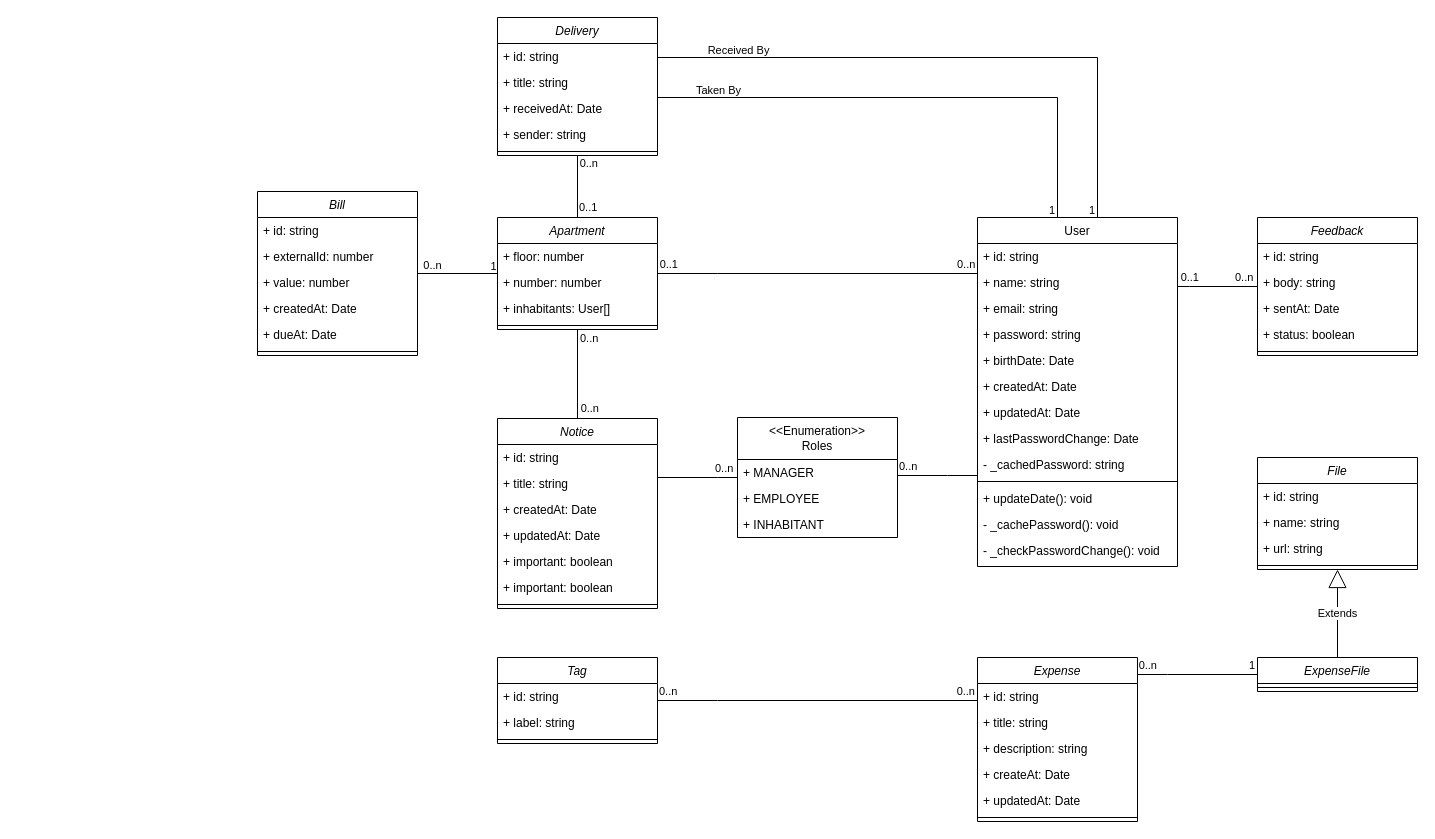
Before: Artefatos/Diagrama de Classe/Diagrama de Classes.drawio in jaoppb/villa-pisani, a draw.io diagram. Source tidied: cells renumbered, new cells numbered last; positions are measured from the earlier drawing's top-left corner, leaving out a move shared by most shapes. Both pictures are drawn from the tidied source at 100%, with x=0, y=0 at pixel (257, 17).
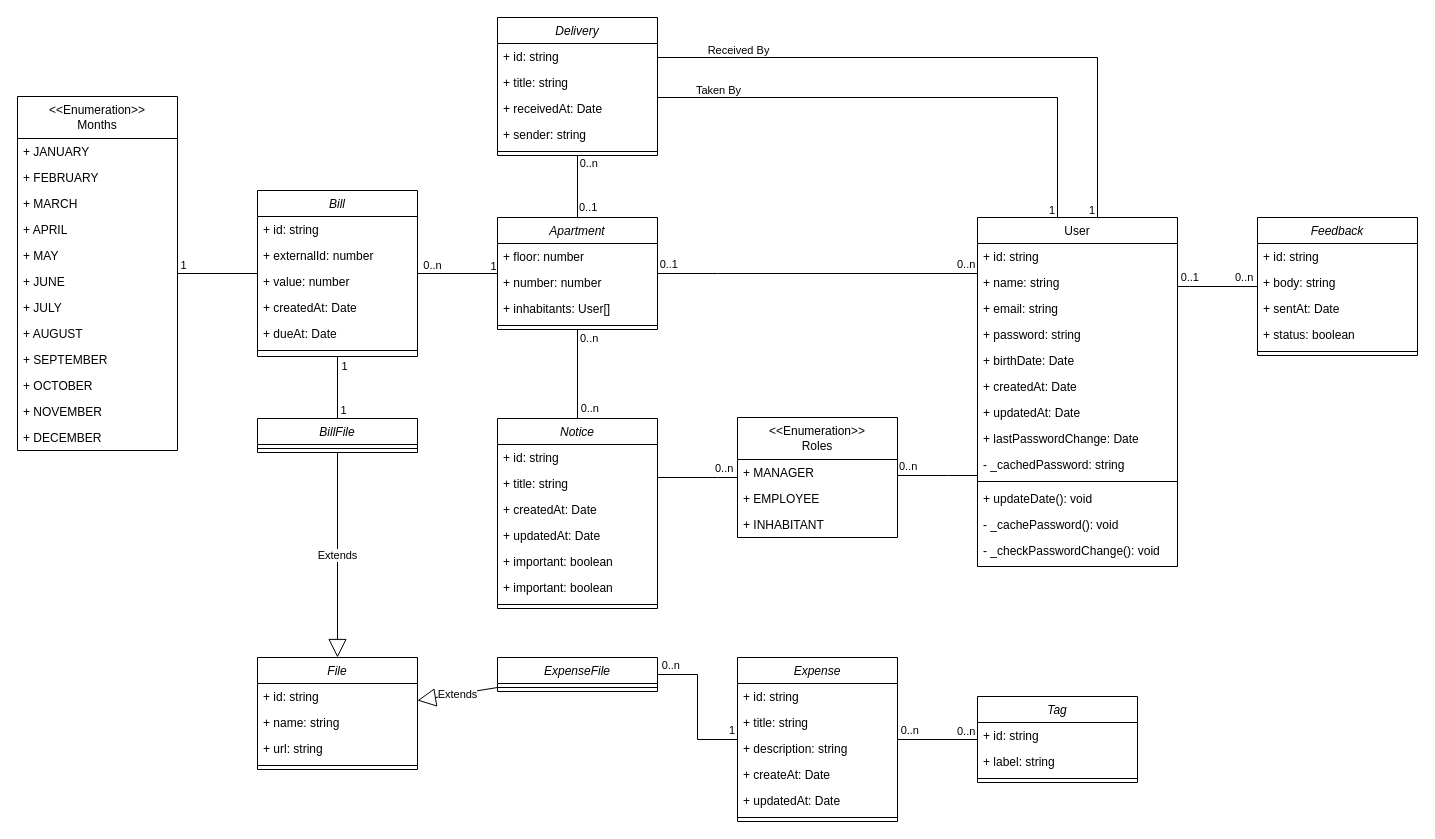
After the change.

Commit message (it also covers changes not shown here):
docs: class Bill changes

added month reference
added BillFile

The edit, as a diff of the source:
```diff
@@
     <mxCell id="24" value="Expense" style="swimlane;fontStyle=2;align=center;verticalAlign=top;horizontal=1;startSize=26;rounded=0;shadow=0;strokeWidth=1;" parent="1" vertex="1">
-      <mxGeometry x="720" y="640" width="160" height="164" as="geometry" />
+      <mxGeometry x="480" y="640" width="160" height="164" as="geometry" />
     </mxCell>
@@
     <mxCell id="31" value="Tag" style="swimlane;fontStyle=2;align=center;verticalAlign=top;horizontal=1;startSize=26;rounded=0;shadow=0;strokeWidth=1;" parent="1" vertex="1">
-      <mxGeometry x="240" y="640" width="160" height="86" as="geometry" />
+      <mxGeometry x="720" y="679" width="160" height="86" as="geometry" />
     </mxCell>
@@
     <mxCell id="35" style="endArrow=none;html=1;endSize=12;startArrow=none;startSize=14;startFill=0;edgeStyle=orthogonalEdgeStyle;rounded=0;" parent="1" edge="1" source="31" target="24">
-      <mxGeometry relative="1" as="geometry">
-        <Array as="points">
-          <mxPoint x="460" y="683" />
-          <mxPoint x="460" y="683" />
-        </Array>
-      </mxGeometry>
+      <mxGeometry relative="1" as="geometry" />
     </mxCell>
     <mxCell id="36" value="0..n" style="edgeLabel;html=1;align=left;verticalAlign=top;" parent="35" vertex="1">
       <mxGeometry x="-1" relative="1" as="geometry">
-        <mxPoint y="-22" as="offset" />
+        <mxPoint x="-22" y="-21" as="offset" />
       </mxGeometry>
     </mxCell>
     <mxCell id="37" value="0..n" style="edgeLabel;html=1;align=right;verticalAlign=top;" parent="35" vertex="1">
       <mxGeometry x="1" relative="1" as="geometry">
-        <mxPoint x="-2" y="-22" as="offset" />
+        <mxPoint x="22" y="-22" as="offset" />
       </mxGeometry>
     </mxCell>
     <mxCell id="38" value="ExpenseFile" style="swimlane;fontStyle=2;align=center;verticalAlign=top;horizontal=1;startSize=26;rounded=0;shadow=0;strokeWidth=1;" parent="1" vertex="1">
-      <mxGeometry x="1000" y="640" width="160" height="34" as="geometry" />
+      <mxGeometry x="240" y="640" width="160" height="34" as="geometry" />
     </mxCell>
@@
     <mxCell id="40" value="File" style="swimlane;fontStyle=2;align=center;verticalAlign=top;horizontal=1;startSize=26;rounded=0;shadow=0;strokeWidth=1;" parent="1" vertex="1">
-      <mxGeometry x="1000" y="440" width="160" height="112" as="geometry" />
+      <mxGeometry y="640" width="160" height="112" as="geometry" />
     </mxCell>
@@
     <mxCell id="46" style="endArrow=none;html=1;endSize=12;startArrow=none;startSize=14;startFill=0;edgeStyle=orthogonalEdgeStyle;rounded=0;" parent="1" edge="1" source="24" target="38">
-      <mxGeometry relative="1" as="geometry">
-        <Array as="points">
-          <mxPoint x="910" y="657" />
-          <mxPoint x="910" y="657" />
-        </Array>
-      </mxGeometry>
+      <mxGeometry relative="1" as="geometry" />
     </mxCell>
     <mxCell id="47" value="1" style="edgeLabel;html=1;align=left;verticalAlign=top;" parent="46" vertex="1">
       <mxGeometry x="-1" relative="1" as="geometry">
-        <mxPoint x="110" y="-22" as="offset" />
+        <mxPoint x="-10" y="-22" as="offset" />
       </mxGeometry>
     </mxCell>
     <mxCell id="48" value="0..n" style="edgeLabel;html=1;align=right;verticalAlign=top;" parent="46" vertex="1">
       <mxGeometry x="1" relative="1" as="geometry">
-        <mxPoint x="-100" y="-22" as="offset" />
+        <mxPoint x="23" y="-22" as="offset" />
       </mxGeometry>
     </mxCell>
@@
     <mxCell id="95" value="Bill" style="swimlane;fontStyle=2;align=center;verticalAlign=top;horizontal=1;startSize=26;rounded=0;shadow=0;strokeWidth=1;" parent="1" vertex="1">
-      <mxGeometry y="174" width="160" height="164" as="geometry" />
+      <mxGeometry y="173" width="160" height="166" as="geometry" />
     </mxCell>
@@
+    <mxCell id="102" style="edgeStyle=orthogonalEdgeStyle;rounded=0;jettySize=auto;html=1;endArrow=none;startFill=0;" parent="1" edge="1" source="104" target="95">
+      <mxGeometry relative="1" as="geometry" />
+    </mxCell>
+    <mxCell id="103" value="1" style="edgeLabel;html=1;align=center;verticalAlign=middle;" parent="102" vertex="1">
+      <mxGeometry x="-0.39" y="-1" relative="1" as="geometry">
+        <mxPoint x="-19" y="-10" as="offset" />
+      </mxGeometry>
+    </mxCell>
+    <mxCell id="104" value="&amp;lt;&amp;lt;Enumeration&amp;gt;&amp;gt;&lt;div&gt;Months&lt;/div&gt;" style="swimlane;fontStyle=0;horizontal=1;startSize=42;fillColor=none;whiteSpace=wrap;html=1;" parent="1" vertex="1">
+      <mxGeometry x="-240" y="79" width="160" height="354" as="geometry" />
+    </mxCell>
+    <mxCell id="105" value="+ JANUARY" style="text;strokeColor=none;fillColor=none;align=left;verticalAlign=top;spacingLeft=4;spacingRight=4;overflow=hidden;whiteSpace=wrap;html=1;" parent="104" vertex="1">
+      <mxGeometry y="42" width="160" height="26" as="geometry" />
+    </mxCell>
+    <mxCell id="106" value="+ FEBRUARY" style="text;strokeColor=none;fillColor=none;align=left;verticalAlign=top;spacingLeft=4;spacingRight=4;overflow=hidden;whiteSpace=wrap;html=1;" parent="104" vertex="1">
+      <mxGeometry y="68" width="160" height="26" as="geometry" />
+    </mxCell>
+    <mxCell id="107" value="+ MARCH" style="text;strokeColor=none;fillColor=none;align=left;verticalAlign=top;spacingLeft=4;spacingRight=4;overflow=hidden;whiteSpace=wrap;html=1;" parent="104" vertex="1">
+      <mxGeometry y="94" width="160" height="26" as="geometry" />
+    </mxCell>
+    <mxCell id="108" value="+ APRIL" style="text;strokeColor=none;fillColor=none;align=left;verticalAlign=top;spacingLeft=4;spacingRight=4;overflow=hidden;whiteSpace=wrap;html=1;" parent="104" vertex="1">
+      <mxGeometry y="120" width="160" height="26" as="geometry" />
+    </mxCell>
+    <mxCell id="109" value="+ MAY" style="text;strokeColor=none;fillColor=none;align=left;verticalAlign=top;spacingLeft=4;spacingRight=4;overflow=hidden;whiteSpace=wrap;html=1;" parent="104" vertex="1">
+      <mxGeometry y="146" width="160" height="26" as="geometry" />
+    </mxCell>
+    <mxCell id="110" value="+ JUNE" style="text;strokeColor=none;fillColor=none;align=left;verticalAlign=top;spacingLeft=4;spacingRight=4;overflow=hidden;whiteSpace=wrap;html=1;" parent="104" vertex="1">
+      <mxGeometry y="172" width="160" height="26" as="geometry" />
+    </mxCell>
+    <mxCell id="111" value="+ JULY" style="text;strokeColor=none;fillColor=none;align=left;verticalAlign=top;spacingLeft=4;spacingRight=4;overflow=hidden;whiteSpace=wrap;html=1;" parent="104" vertex="1">
+      <mxGeometry y="198" width="160" height="26" as="geometry" />
+    </mxCell>
+    <mxCell id="112" value="+ AUGUST" style="text;strokeColor=none;fillColor=none;align=left;verticalAlign=top;spacingLeft=4;spacingRight=4;overflow=hidden;whiteSpace=wrap;html=1;" parent="104" vertex="1">
+      <mxGeometry y="224" width="160" height="26" as="geometry" />
+    </mxCell>
+    <mxCell id="113" value="+ SEPTEMBER" style="text;strokeColor=none;fillColor=none;align=left;verticalAlign=top;spacingLeft=4;spacingRight=4;overflow=hidden;whiteSpace=wrap;html=1;" parent="104" vertex="1">
+      <mxGeometry y="250" width="160" height="26" as="geometry" />
+    </mxCell>
+    <mxCell id="114" value="+ OCTOBER" style="text;strokeColor=none;fillColor=none;align=left;verticalAlign=top;spacingLeft=4;spacingRight=4;overflow=hidden;whiteSpace=wrap;html=1;" parent="104" vertex="1">
+      <mxGeometry y="276" width="160" height="26" as="geometry" />
+    </mxCell>
+    <mxCell id="115" value="+ NOVEMBER" style="text;strokeColor=none;fillColor=none;align=left;verticalAlign=top;spacingLeft=4;spacingRight=4;overflow=hidden;whiteSpace=wrap;html=1;" parent="104" vertex="1">
+      <mxGeometry y="302" width="160" height="26" as="geometry" />
+    </mxCell>
+    <mxCell id="116" value="+ DECEMBER" style="text;strokeColor=none;fillColor=none;align=left;verticalAlign=top;spacingLeft=4;spacingRight=4;overflow=hidden;whiteSpace=wrap;html=1;" parent="104" vertex="1">
+      <mxGeometry y="328" width="160" height="26" as="geometry" />
+    </mxCell>
+    <mxCell id="117" value="BillFile" style="swimlane;fontStyle=2;align=center;verticalAlign=top;horizontal=1;startSize=26;rounded=0;shadow=0;strokeWidth=1;" parent="1" vertex="1">
+      <mxGeometry y="401" width="160" height="34" as="geometry" />
+    </mxCell>
+    <mxCell id="118" style="line;html=1;strokeWidth=1;align=left;verticalAlign=middle;spacingTop=-1;spacingLeft=3;spacingRight=3;labelPosition=right;" parent="117" vertex="1">
+      <mxGeometry y="26" width="160" height="8" as="geometry" />
+    </mxCell>
+    <mxCell id="119" value="Extends" style="endArrow=block;endSize=16;endFill=0;html=1;rounded=0;" parent="1" edge="1" source="117" target="40">
+      <mxGeometry relative="1" as="geometry" />
+    </mxCell>
+    <mxCell id="120" style="edgeStyle=orthogonalEdgeStyle;rounded=0;jettySize=auto;html=1;endArrow=none;startFill=0;endFill=1;" parent="1" edge="1" source="95" target="117">
+      <mxGeometry relative="1" as="geometry" />
+    </mxCell>
+    <mxCell id="121" value="1" style="edgeLabel;html=1;align=center;verticalAlign=middle;" parent="120" vertex="1">
+      <mxGeometry x="0.23" y="3" relative="1" as="geometry">
+        <mxPoint x="2" y="15" as="offset" />
+      </mxGeometry>
+    </mxCell>
+    <mxCell id="122" value="1" style="edgeLabel;html=1;align=center;verticalAlign=middle;" parent="120" vertex="1">
+      <mxGeometry x="0.23" y="3" relative="1" as="geometry">
+        <mxPoint x="3" y="-29" as="offset" />
+      </mxGeometry>
+    </mxCell>
```
